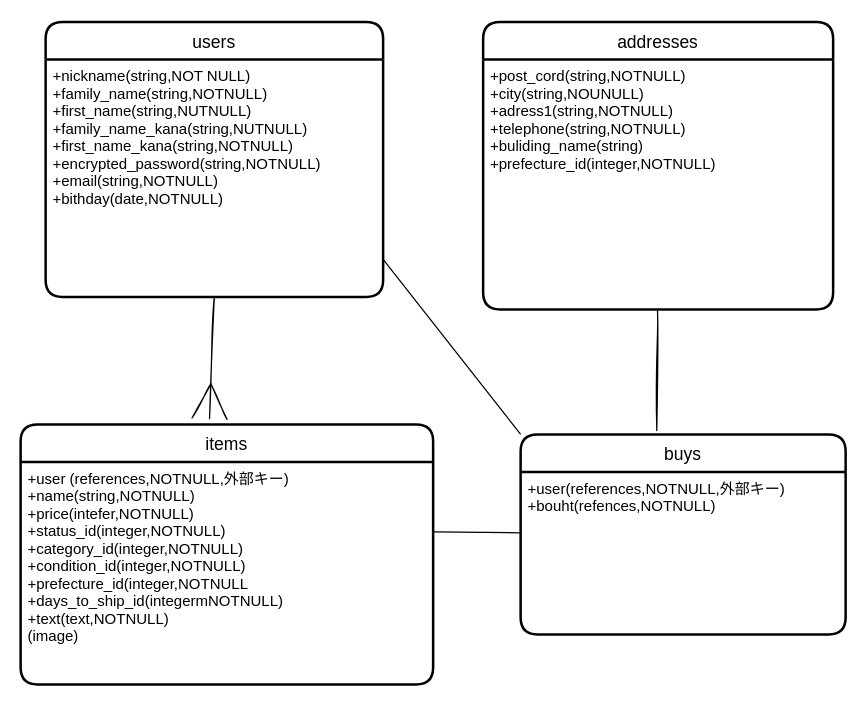
Earlier version of the draw.io diagram er.dio (1ain00/furima-38440-id). Source tidied: cells renumbered, new cells numbered last; positions are measured from the earlier drawing's top-left corner, leaving out a move shared by most shapes. Both pictures are drawn from the tidied source at 125%, with x=0, y=0 at pixel (20, 21).
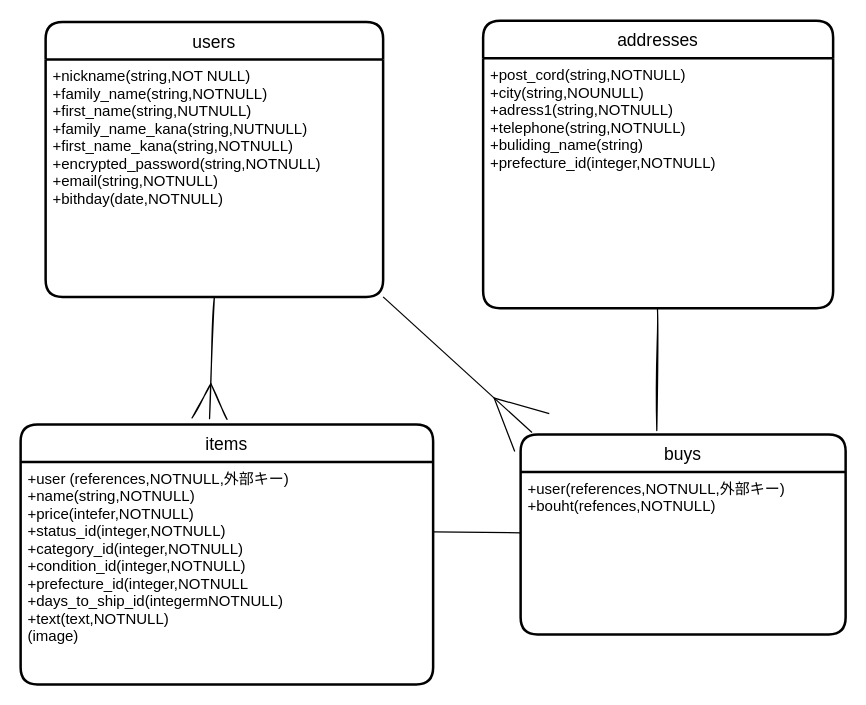
The same diagram, later.

The edit, as a diff of the source:
```diff
@@
 <mxGraphModel>
   <root>
     <mxCell id="0" />
     <mxCell id="1" parent="0" />
-    <mxCell id="2" style="edgeStyle=none;html=1;exitX=0;exitY=0;exitDx=0;exitDy=0;endArrow=none;endFill=0;" parent="1" edge="1" source="6">
-      <mxGeometry relative="1" as="geometry">
-        <mxPoint x="290" y="190" as="targetPoint" />
-      </mxGeometry>
-    </mxCell>
     <mxCell id="3" value="users" style="swimlane;horizontal=1;startSize=30;rounded=1;fontSize=14;fontStyle=0;strokeWidth=2;shadow=0;dashed=0;align=center;" parent="1" vertex="1">
       <mxGeometry x="20" width="270" height="220" as="geometry" />
     </mxCell>
     <mxCell id="4" value="+nickname(string,NOT NULL)&#10;+family_name(string,NOTNULL)&#10;+first_name(string,NUTNULL)&#10;+family_name_kana(string,NUTNULL)&#10;+first_name_kana(string,NOTNULL)&#10;+encrypted_password(string,NOTNULL)&#10;+email(string,NOTNULL)&#10;+bithday(date,NOTNULL)" style="align=left;strokeColor=none;fillColor=none;spacingLeft=4;fontSize=12;verticalAlign=top;" parent="3" vertex="1">
       <mxGeometry y="30" width="270" height="190" as="geometry" />
     </mxCell>
     <mxCell id="5" style="edgeStyle=none;html=1;entryX=1;entryY=0.315;entryDx=0;entryDy=0;entryPerimeter=0;endArrow=none;endFill=0;" parent="1" edge="1" source="6" target="9">
       <mxGeometry relative="1" as="geometry" />
     </mxCell>
     <mxCell id="6" value="buys" style="swimlane;horizontal=1;startSize=30;rounded=1;fontSize=14;fontStyle=0;strokeWidth=2;shadow=0;dashed=0;align=center;" parent="1" vertex="1">
       <mxGeometry x="400" y="330" width="260" height="160" as="geometry" />
     </mxCell>
     <mxCell id="7" value="+user(references,NOTNULL,外部キー)&#10;+bouht(refences,NOTNULL)" style="align=left;strokeColor=none;fillColor=none;spacingLeft=4;fontSize=12;verticalAlign=top;" parent="6" vertex="1">
       <mxGeometry y="30" width="260" height="130" as="geometry" />
     </mxCell>
     <mxCell id="8" value="items" style="swimlane;horizontal=1;startSize=30;rounded=1;fontSize=14;fontStyle=0;strokeWidth=2;shadow=0;dashed=0;align=center;" parent="1" vertex="1">
       <mxGeometry y="322" width="330" height="208" as="geometry" />
     </mxCell>
     <mxCell id="9" value="+user (references,NOTNULL,外部キー)&#10;+name(string,NOTNULL)&#10;+price(intefer,NOTNULL)&#10;+status_id(integer,NOTNULL)&#10;+category_id(integer,NOTNULL)&#10;+condition_id(integer,NOTNULL)&#10;+prefecture_id(integer,NOTNULL&#10;+days_to_ship_id(integermNOTNULL)&#10;+text(text,NOTNULL)&#10;(image)" style="align=left;strokeColor=none;fillColor=none;spacingLeft=4;fontSize=12;verticalAlign=top;" parent="8" vertex="1">
       <mxGeometry y="30" width="330" height="178" as="geometry" />
     </mxCell>
     <mxCell id="10" value="addresses" style="swimlane;horizontal=1;startSize=30;rounded=1;fontSize=14;fontStyle=0;strokeWidth=2;shadow=0;dashed=0;align=center;" parent="1" vertex="1">
-      <mxGeometry x="370" width="280" height="230" as="geometry" />
+      <mxGeometry x="370" y="-1" width="280" height="230" as="geometry" />
     </mxCell>
     <mxCell id="11" value="+post_cord(string,NOTNULL)&#10;+city(string,NOUNULL)&#10;+adress1(string,NOTNULL)&#10;+telephone(string,NOTNULL)&#10;+buliding_name(string)&#10;+prefecture_id(integer,NOTNULL)" style="align=left;strokeColor=none;fillColor=none;spacingLeft=4;fontSize=12;verticalAlign=top;" parent="10" vertex="1">
       <mxGeometry y="30" width="280" height="200" as="geometry" />
     </mxCell>
     <mxCell id="12" style="edgeStyle=none;sketch=1;html=1;exitX=0.5;exitY=1;exitDx=0;exitDy=0;entryX=0.458;entryY=-0.022;entryDx=0;entryDy=0;entryPerimeter=0;endArrow=ERmany;endFill=0;startSize=6;endSize=26;" parent="1" edge="1" source="4" target="8">
       <mxGeometry relative="1" as="geometry" />
     </mxCell>
     <mxCell id="13" style="edgeStyle=none;sketch=1;html=1;entryX=0.419;entryY=-0.019;entryDx=0;entryDy=0;entryPerimeter=0;endArrow=none;endFill=0;startSize=6;endSize=26;" parent="1" edge="1" source="11" target="6">
       <mxGeometry relative="1" as="geometry" />
     </mxCell>
+    <mxCell id="14" style="edgeStyle=none;html=1;exitX=1;exitY=1;exitDx=0;exitDy=0;entryX=0.035;entryY=-0.009;entryDx=0;entryDy=0;entryPerimeter=0;endArrow=ERmany;endFill=0;strokeWidth=1;endSize=39;" parent="1" edge="1" source="4" target="6">
+      <mxGeometry relative="1" as="geometry" />
+    </mxCell>
   </root>
 </mxGraphModel>
```
